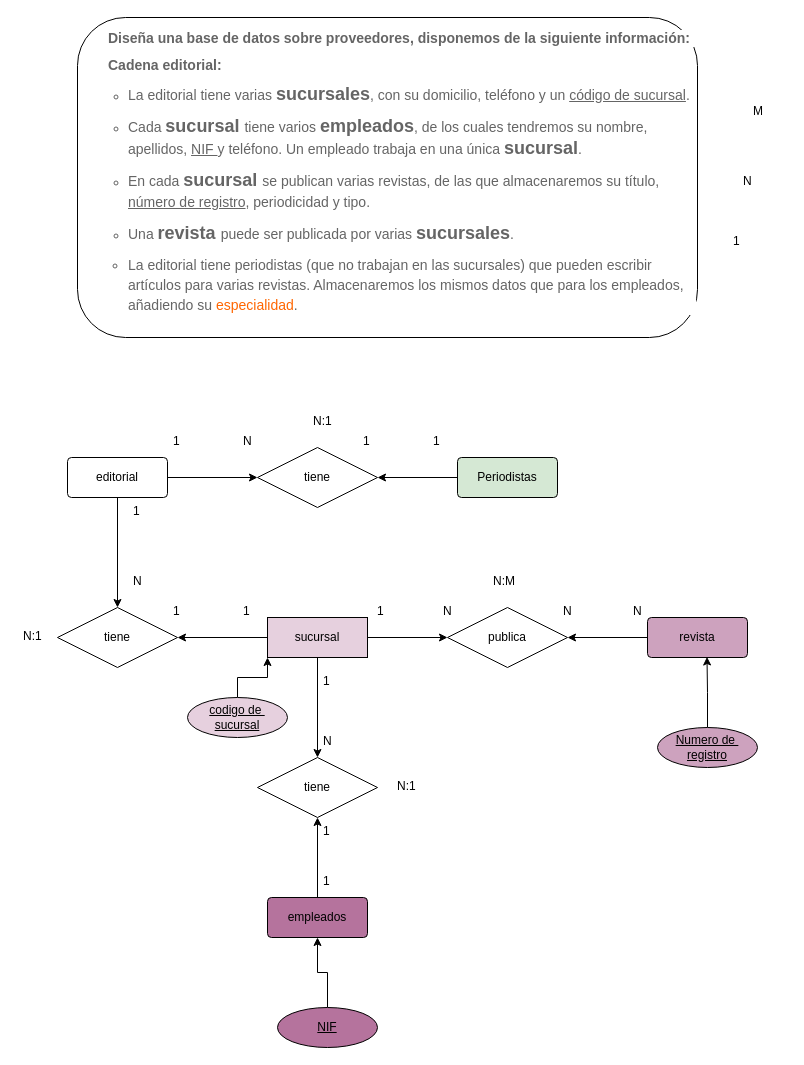
Before: Untitled Diagram.drawio in klirh/primerRepositorio, a draw.io diagram. Source tidied: cells renumbered, new cells numbered last; positions are measured from the earlier drawing's top-left corner, leaving out a move shared by most shapes. Both pictures are drawn from the tidied source at 100%, with x=0, y=0 at pixel (17, 17).
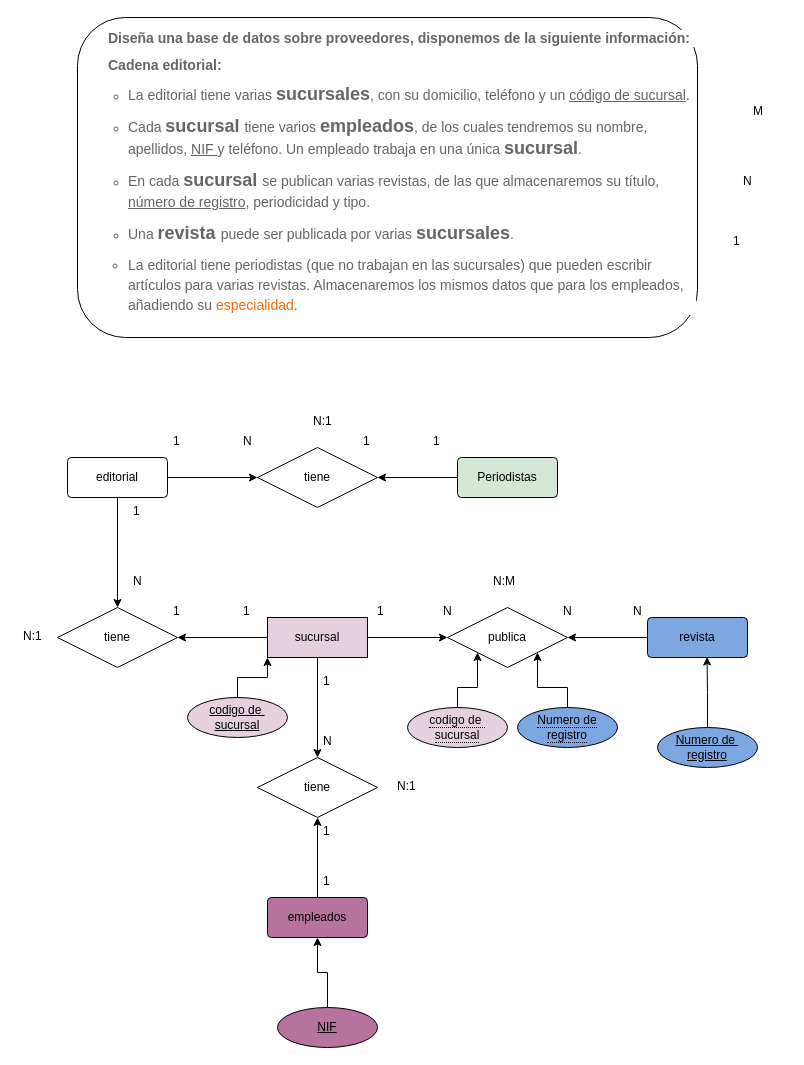
Above is the later version.

Unchanged cells that the change refers to:
```xml
<mxCell id="19" value="publica" style="shape=rhombus;perimeter=rhombusPerimeter;whiteSpace=wrap;html=1;align=center;" parent="1" vertex="1">
  <mxGeometry x="430" y="590" width="120" height="60" as="geometry" />
</mxCell>
```

The edit, as a diff of the source:
```diff
@@
-    <mxCell id="8" value="revista" style="rounded=1;arcSize=10;whiteSpace=wrap;html=1;align=center;fillColor=#CDA2BE;" parent="1" vertex="1">
+    <mxCell id="8" value="revista" style="rounded=1;arcSize=10;whiteSpace=wrap;html=1;align=center;fillColor=#7EA6E0;" parent="1" vertex="1">
       <mxGeometry x="630" y="600" width="100" height="40" as="geometry" />
     </mxCell>
@@
-    <mxCell id="40" value="Numero de&amp;nbsp;&lt;br&gt;registro" style="ellipse;whiteSpace=wrap;html=1;align=center;fontStyle=4;fillColor=#CDA2BE;" parent="1" vertex="1">
+    <mxCell id="40" value="Numero de&amp;nbsp;&lt;br&gt;registro" style="ellipse;whiteSpace=wrap;html=1;align=center;fontStyle=4;fillColor=#7EA6E0;" parent="1" vertex="1">
       <mxGeometry x="640" y="710" width="100" height="40" as="geometry" />
     </mxCell>
@@
+    <mxCell id="49" style="edgeStyle=orthogonalEdgeStyle;rounded=0;jettySize=auto;html=1;entryX=0;entryY=1;entryDx=0;entryDy=0;" parent="1" edge="1" source="50" target="19">
+      <mxGeometry relative="1" as="geometry" />
+    </mxCell>
+    <mxCell id="50" value="&lt;span style=&quot;border-bottom: 1px dotted&quot;&gt;codigo de&amp;nbsp;&lt;br&gt;sucursal&lt;br&gt;&lt;/span&gt;" style="ellipse;whiteSpace=wrap;html=1;align=center;fillColor=#E6D0DE;" parent="1" vertex="1">
+      <mxGeometry x="390" y="690" width="100" height="40" as="geometry" />
+    </mxCell>
+    <mxCell id="51" style="edgeStyle=orthogonalEdgeStyle;rounded=0;jettySize=auto;html=1;entryX=1;entryY=1;entryDx=0;entryDy=0;" parent="1" edge="1" source="52" target="19">
+      <mxGeometry relative="1" as="geometry" />
+    </mxCell>
+    <mxCell id="52" value="&lt;span style=&quot;border-bottom: 1px dotted&quot;&gt;Numero de registro&lt;br&gt;&lt;/span&gt;" style="ellipse;whiteSpace=wrap;html=1;align=center;fillColor=#7EA6E0;" parent="1" vertex="1">
+      <mxGeometry x="500" y="690" width="100" height="40" as="geometry" />
+    </mxCell>
```
